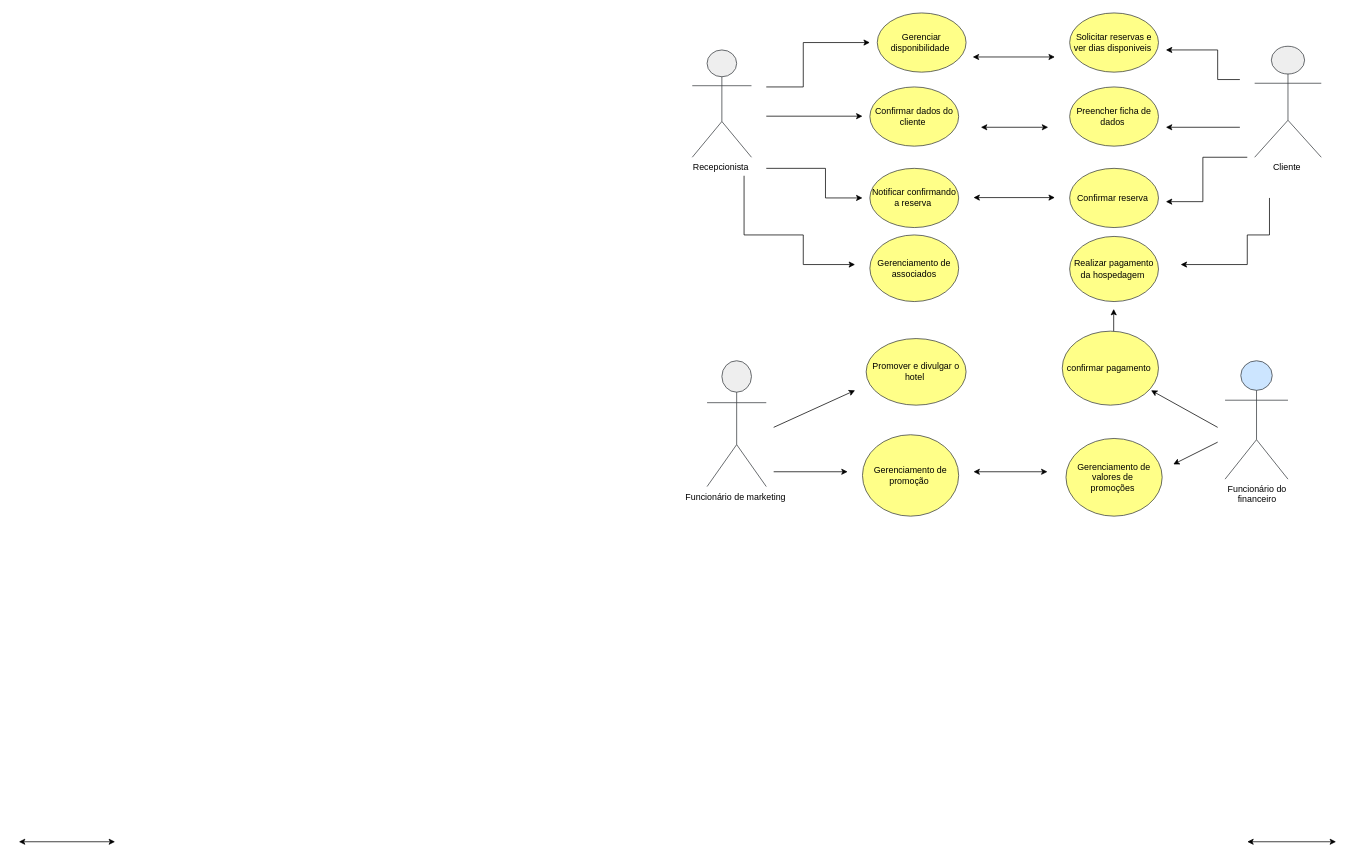
Before: page "Página-3" (3 of 3) of Diagrama aula.drawio in maysa158/diagramasderequisitos, a draw.io diagram. Source tidied: cells renumbered, new cells numbered last; positions are measured from the earlier drawing's top-left corner, leaving out a move shared by most shapes. Both pictures are drawn from the tidied source at 74%, with x=0, y=0 at pixel (18, 13).
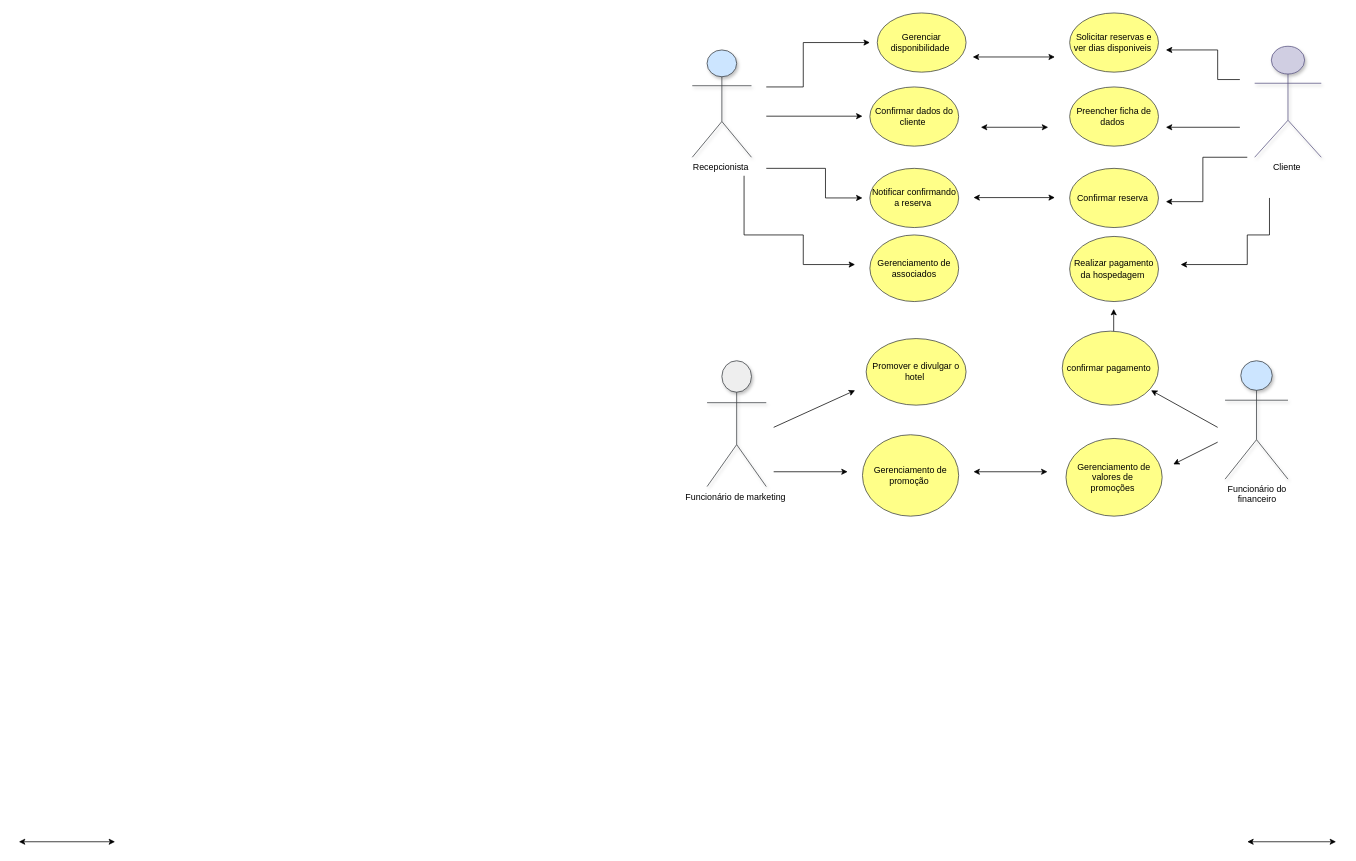
The same page after the edit.

What changed in the source:
```diff
@@
-    <mxCell id="2" value="Recepcionista&amp;nbsp;" style="shape=umlActor;verticalLabelPosition=bottom;verticalAlign=top;html=1;fillColor=#eeeeee;strokeColor=#36393d;" parent="1" vertex="1">
+    <mxCell id="2" value="Recepcionista&amp;nbsp;" style="shape=umlActor;verticalLabelPosition=bottom;verticalAlign=top;html=1;fillColor=#cce5ff;strokeColor=#36393d;shadow=1;" parent="1" vertex="1">
       <mxGeometry x="910" y="50" width="80" height="145" as="geometry" />
     </mxCell>
@@
-    <mxCell id="9" value="Cliente&amp;nbsp;" style="shape=umlActor;verticalLabelPosition=bottom;verticalAlign=top;html=1;fillColor=#eeeeee;strokeColor=#36393d;" parent="1" vertex="1">
+    <mxCell id="9" value="Cliente&amp;nbsp;" style="shape=umlActor;verticalLabelPosition=bottom;verticalAlign=top;html=1;fillColor=#d0cee2;strokeColor=#56517e;shadow=1;" parent="1" vertex="1">
       <mxGeometry x="1670" y="45" width="90" height="150" as="geometry" />
     </mxCell>
@@
-    <mxCell id="21" value="Funcionário de marketing&amp;nbsp;" style="shape=umlActor;verticalLabelPosition=bottom;verticalAlign=top;html=1;fillColor=#eeeeee;strokeColor=#36393d;" parent="1" vertex="1">
+    <mxCell id="21" value="Funcionário de marketing&amp;nbsp;" style="shape=umlActor;verticalLabelPosition=bottom;verticalAlign=top;html=1;fillColor=#eeeeee;strokeColor=#36393d;shadow=1;" parent="1" vertex="1">
       <mxGeometry x="930" y="470" width="80" height="170" as="geometry" />
     </mxCell>
-    <mxCell id="22" value="Funcionário do&lt;div&gt;&amp;nbsp;financeiro&amp;nbsp;&lt;/div&gt;" style="shape=umlActor;verticalLabelPosition=bottom;verticalAlign=top;html=1;fillColor=#cce5ff;strokeColor=#36393d;" parent="1" vertex="1">
+    <mxCell id="22" value="Funcionário do&lt;div&gt;&amp;nbsp;financeiro&amp;nbsp;&lt;/div&gt;" style="shape=umlActor;verticalLabelPosition=bottom;verticalAlign=top;html=1;fillColor=#cce5ff;strokeColor=#36393d;shadow=1;" parent="1" vertex="1">
       <mxGeometry x="1630" y="470" width="85" height="160" as="geometry" />
     </mxCell>
```
